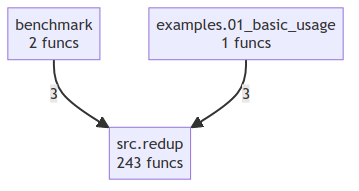
semcod/redup keeps this Mermaid diagram as project/compact_flow.png. Above is the earlier version. Its source is kept beside it as project/compact_flow.mmd.
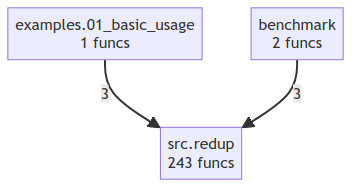
Above is the later version.

Change to the diagram source:
```diff
@@ -2,5 +2,5 @@
     benchmark["benchmark<br/>2 funcs"]
     examples_01_basic_usage["examples.01_basic_usage<br/>1 funcs"]
     src_redup["src.redup<br/>243 funcs"]
+    examples_01_basic_usage -->|3| src_redup
     benchmark -->|3| src_redup
-    examples_01_basic_usage -->|3| src_redup
```
